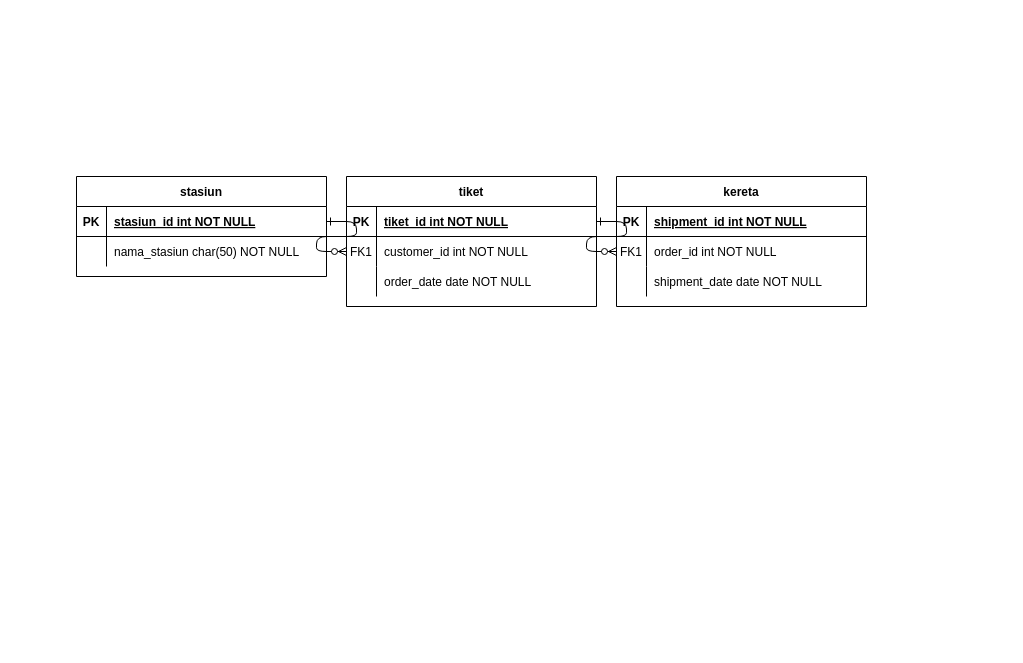
Before: Tugas/ERD_Kereta.drawio in kucingtakucin/Pemrograman-Web, a draw.io diagram. Source tidied: cells renumbered, new cells numbered last; positions are measured from the earlier drawing's top-left corner, leaving out a move shared by most shapes. Both pictures are drawn from the tidied source at 100%, with x=0, y=0 at pixel (76, 176).
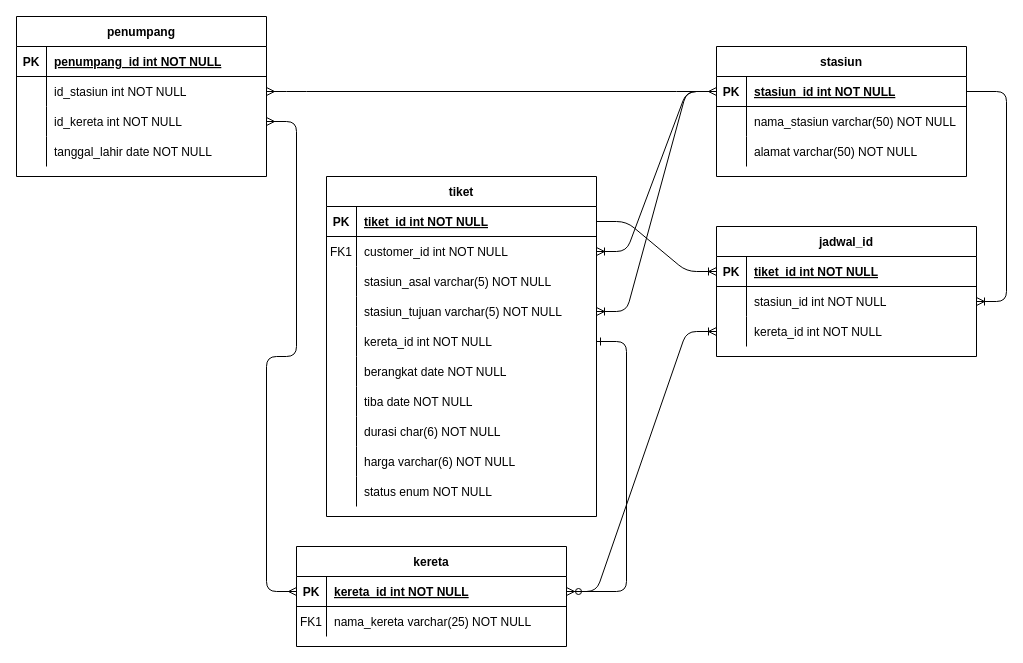
The same diagram, later.

Unchanged cells that the change refers to:
```xml
<mxCell id="25" style="shape=partialRectangle;fillColor=none;points=[[0,0.5],[1,0.5]];portConstraint=eastwest;top=0;left=0;right=0;bottom=1;" parent="24" vertex="1">
  <mxGeometry y="30" width="250" height="30" as="geometry" />
</mxCell>
<mxCell id="28" style="shape=partialRectangle;fillColor=none;top=0;left=0;right=0;bottom=0;" parent="24" vertex="1">
  <mxGeometry y="60" width="250" height="30" as="geometry" />
</mxCell>
```

What changed in the source:
```diff
@@
-    <mxCell id="2" style="edgeStyle=entityRelationEdgeStyle;endArrow=ERzeroToMany;startArrow=ERone;endFill=1;startFill=0;" parent="1" edge="1" source="25" target="8">
-      <mxGeometry relative="1" as="geometry" />
-    </mxCell>
-    <mxCell id="3" style="edgeStyle=entityRelationEdgeStyle;endArrow=ERzeroToMany;startArrow=ERone;endFill=1;startFill=0;" parent="1" edge="1" source="5" target="18">
+    <mxCell id="3" style="edgeStyle=entityRelationEdgeStyle;endArrow=ERzeroToMany;startArrow=ERone;endFill=1;startFill=0;" parent="1" edge="1" source="34" target="15">
       <mxGeometry relative="1" as="geometry" />
     </mxCell>
     <mxCell id="4" value="tiket" style="shape=table;startSize=30;childLayout=tableLayout;rowLines=0;fontStyle=1;align=center;" parent="1" vertex="1">
-      <mxGeometry x="270" width="250" height="130" as="geometry" />
+      <mxGeometry x="250" width="270" height="340" as="geometry" />
     </mxCell>
     <mxCell id="5" style="shape=partialRectangle;fillColor=none;points=[[0,0.5],[1,0.5]];portConstraint=eastwest;top=0;left=0;right=0;bottom=1;" parent="4" vertex="1">
-      <mxGeometry y="30" width="250" height="30" as="geometry" />
+      <mxGeometry y="30" width="270" height="30" as="geometry" />
     </mxCell>
@@
     <mxCell id="7" value="tiket_id int NOT NULL " style="shape=partialRectangle;overflow=hidden;fillColor=none;top=0;left=0;bottom=0;right=0;align=left;spacingLeft=6;fontStyle=5;" parent="5" vertex="1">
-      <mxGeometry x="30" width="220" height="30" as="geometry" />
+      <mxGeometry x="30" width="240" height="30" as="geometry" />
     </mxCell>
     <mxCell id="8" style="shape=partialRectangle;fillColor=none;points=[[0,0.5],[1,0.5]];portConstraint=eastwest;top=0;left=0;right=0;bottom=0;" parent="4" vertex="1">
-      <mxGeometry y="60" width="250" height="30" as="geometry" />
+      <mxGeometry y="60" width="270" height="30" as="geometry" />
     </mxCell>
@@
     <mxCell id="10" value="customer_id int NOT NULL" style="shape=partialRectangle;overflow=hidden;fillColor=none;top=0;left=0;bottom=0;right=0;align=left;spacingLeft=6;" parent="8" vertex="1">
-      <mxGeometry x="30" width="220" height="30" as="geometry" />
+      <mxGeometry x="30" width="240" height="30" as="geometry" />
     </mxCell>
     <mxCell id="11" style="shape=partialRectangle;fillColor=none;top=0;left=0;right=0;bottom=0;" parent="4" vertex="1">
-      <mxGeometry y="90" width="250" height="30" as="geometry" />
+      <mxGeometry y="90" width="270" height="30" as="geometry" />
     </mxCell>
@@
-    <mxCell id="13" value="order_date date NOT NULL" style="shape=partialRectangle;overflow=hidden;fillColor=none;top=0;left=0;bottom=0;right=0;align=left;spacingLeft=6;" parent="11" vertex="1">
-      <mxGeometry x="30" width="220" height="30" as="geometry" />
+    <mxCell id="13" value="stasiun_asal varchar(5) NOT NULL" style="shape=partialRectangle;overflow=hidden;fillColor=none;top=0;left=0;bottom=0;right=0;align=left;spacingLeft=6;" parent="11" vertex="1">
+      <mxGeometry x="30" width="240" height="30" as="geometry" />
     </mxCell>
+    <mxCell id="31" style="shape=partialRectangle;fillColor=none;top=0;left=0;bottom=0;right=0;points=[[0,0.5],[1,0.5]];portConstraint=eastwest;" parent="4" vertex="1">
+      <mxGeometry y="120" width="270" height="30" as="geometry" />
+    </mxCell>
+    <mxCell id="32" style="shape=partialRectangle;fillColor=none;top=0;left=0;bottom=0;right=0;overflow=hidden;" parent="31" vertex="1">
+      <mxGeometry width="30" height="30" as="geometry" />
+    </mxCell>
+    <mxCell id="33" value="stasiun_tujuan varchar(5) NOT NULL" style="shape=partialRectangle;fillColor=none;top=0;left=0;bottom=0;right=0;align=left;spacingLeft=6;overflow=hidden;" parent="31" vertex="1">
+      <mxGeometry x="30" width="240" height="30" as="geometry" />
+    </mxCell>
+    <mxCell id="34" style="shape=partialRectangle;fillColor=none;top=0;left=0;bottom=0;right=0;points=[[0,0.5],[1,0.5]];portConstraint=eastwest;" parent="4" vertex="1">
+      <mxGeometry y="150" width="270" height="30" as="geometry" />
+    </mxCell>
+    <mxCell id="35" style="shape=partialRectangle;fillColor=none;top=0;left=0;bottom=0;right=0;overflow=hidden;" parent="34" vertex="1">
+      <mxGeometry width="30" height="30" as="geometry" />
+    </mxCell>
+    <mxCell id="36" value="kereta_id int NOT NULL" style="shape=partialRectangle;fillColor=none;top=0;left=0;bottom=0;right=0;align=left;spacingLeft=6;overflow=hidden;" parent="34" vertex="1">
+      <mxGeometry x="30" width="240" height="30" as="geometry" />
+    </mxCell>
+    <mxCell id="37" style="shape=partialRectangle;fillColor=none;top=0;left=0;bottom=0;right=0;" parent="4" vertex="1">
+      <mxGeometry y="180" width="270" height="30" as="geometry" />
+    </mxCell>
+    <mxCell id="38" style="shape=partialRectangle;fillColor=none;top=0;left=0;bottom=0;right=0;overflow=hidden;" parent="37" vertex="1">
+      <mxGeometry width="30" height="30" as="geometry" />
+    </mxCell>
+    <mxCell id="39" value="berangkat date NOT NULL" style="shape=partialRectangle;fillColor=none;top=0;left=0;bottom=0;right=0;align=left;spacingLeft=6;overflow=hidden;" parent="37" vertex="1">
+      <mxGeometry x="30" width="240" height="30" as="geometry" />
+    </mxCell>
+    <mxCell id="40" style="shape=partialRectangle;fillColor=none;top=0;left=0;bottom=0;right=0;" parent="4" vertex="1">
+      <mxGeometry y="210" width="270" height="30" as="geometry" />
+    </mxCell>
+    <mxCell id="41" style="shape=partialRectangle;fillColor=none;top=0;left=0;bottom=0;right=0;overflow=hidden;" parent="40" vertex="1">
+      <mxGeometry width="30" height="30" as="geometry" />
+    </mxCell>
+    <mxCell id="42" value="tiba date NOT NULL" style="shape=partialRectangle;fillColor=none;top=0;left=0;bottom=0;right=0;align=left;spacingLeft=6;overflow=hidden;" parent="40" vertex="1">
+      <mxGeometry x="30" width="240" height="30" as="geometry" />
+    </mxCell>
+    <mxCell id="43" style="shape=partialRectangle;fillColor=none;top=0;left=0;bottom=0;right=0;" parent="4" vertex="1">
+      <mxGeometry y="240" width="270" height="30" as="geometry" />
+    </mxCell>
+    <mxCell id="44" style="shape=partialRectangle;fillColor=none;top=0;left=0;bottom=0;right=0;overflow=hidden;" parent="43" vertex="1">
+      <mxGeometry width="30" height="30" as="geometry" />
+    </mxCell>
+    <mxCell id="45" value="durasi char(6) NOT NULL" style="shape=partialRectangle;fillColor=none;top=0;left=0;bottom=0;right=0;align=left;spacingLeft=6;overflow=hidden;" parent="43" vertex="1">
+      <mxGeometry x="30" width="240" height="30" as="geometry" />
+    </mxCell>
+    <mxCell id="46" style="shape=partialRectangle;fillColor=none;top=0;left=0;bottom=0;right=0;" parent="4" vertex="1">
+      <mxGeometry y="270" width="270" height="30" as="geometry" />
+    </mxCell>
+    <mxCell id="47" style="shape=partialRectangle;fillColor=none;top=0;left=0;bottom=0;right=0;overflow=hidden;" parent="46" vertex="1">
+      <mxGeometry width="30" height="30" as="geometry" />
+    </mxCell>
+    <mxCell id="48" value="harga varchar(6) NOT NULL" style="shape=partialRectangle;fillColor=none;top=0;left=0;bottom=0;right=0;align=left;spacingLeft=6;overflow=hidden;" parent="46" vertex="1">
+      <mxGeometry x="30" width="240" height="30" as="geometry" />
+    </mxCell>
+    <mxCell id="49" style="shape=partialRectangle;fillColor=none;top=0;left=0;bottom=0;right=0;" parent="4" vertex="1">
+      <mxGeometry y="300" width="270" height="30" as="geometry" />
+    </mxCell>
+    <mxCell id="50" style="shape=partialRectangle;fillColor=none;top=0;left=0;bottom=0;right=0;overflow=hidden;" parent="49" vertex="1">
+      <mxGeometry width="30" height="30" as="geometry" />
+    </mxCell>
+    <mxCell id="51" value="status enum NOT NULL" style="shape=partialRectangle;fillColor=none;top=0;left=0;bottom=0;right=0;align=left;spacingLeft=6;overflow=hidden;" parent="49" vertex="1">
+      <mxGeometry x="30" width="240" height="30" as="geometry" />
+    </mxCell>
     <mxCell id="14" value="kereta" style="shape=table;startSize=30;childLayout=tableLayout;rowLines=0;fontStyle=1;align=center;" parent="1" vertex="1">
-      <mxGeometry x="540" width="250" height="130" as="geometry" />
+      <mxGeometry x="220" y="370" width="270" height="100" as="geometry" />
     </mxCell>
     <mxCell id="15" style="shape=partialRectangle;fillColor=none;points=[[0,0.5],[1,0.5]];portConstraint=eastwest;top=0;left=0;right=0;bottom=1;" parent="14" vertex="1">
-      <mxGeometry y="30" width="250" height="30" as="geometry" />
+      <mxGeometry y="30" width="270" height="30" as="geometry" />
     </mxCell>
@@
-    <mxCell id="17" value="shipment_id int NOT NULL " style="shape=partialRectangle;overflow=hidden;fillColor=none;top=0;left=0;bottom=0;right=0;align=left;spacingLeft=6;fontStyle=5;" parent="15" vertex="1">
-      <mxGeometry x="30" width="220" height="30" as="geometry" />
+    <mxCell id="17" value="kereta_id int NOT NULL " style="shape=partialRectangle;overflow=hidden;fillColor=none;top=0;left=0;bottom=0;right=0;align=left;spacingLeft=6;fontStyle=5;" parent="15" vertex="1">
+      <mxGeometry x="30" width="240" height="30" as="geometry" />
     </mxCell>
     <mxCell id="18" style="shape=partialRectangle;fillColor=none;points=[[0,0.5],[1,0.5]];portConstraint=eastwest;top=0;left=0;right=0;bottom=0;" parent="14" vertex="1">
-      <mxGeometry y="60" width="250" height="30" as="geometry" />
+      <mxGeometry y="60" width="270" height="30" as="geometry" />
     </mxCell>
@@
-    <mxCell id="20" value="order_id int NOT NULL" style="shape=partialRectangle;overflow=hidden;fillColor=none;top=0;left=0;bottom=0;right=0;align=left;spacingLeft=6;" parent="18" vertex="1">
-      <mxGeometry x="30" width="220" height="30" as="geometry" />
+    <mxCell id="20" value="nama_kereta varchar(25) NOT NULL" style="shape=partialRectangle;overflow=hidden;fillColor=none;top=0;left=0;bottom=0;right=0;align=left;spacingLeft=6;" parent="18" vertex="1">
+      <mxGeometry x="30" width="240" height="30" as="geometry" />
     </mxCell>
-    <mxCell id="21" style="shape=partialRectangle;fillColor=none;top=0;left=0;right=0;bottom=0;" parent="14" vertex="1">
-      <mxGeometry y="90" width="250" height="30" as="geometry" />
-    </mxCell>
-    <mxCell id="22" style="shape=partialRectangle;overflow=hidden;fillColor=none;top=0;left=0;bottom=0;right=0;" parent="21" vertex="1">
-      <mxGeometry width="30" height="30" as="geometry" />
-    </mxCell>
-    <mxCell id="23" value="shipment_date date NOT NULL" style="shape=partialRectangle;overflow=hidden;fillColor=none;top=0;left=0;bottom=0;right=0;align=left;spacingLeft=6;" parent="21" vertex="1">
-      <mxGeometry x="30" width="220" height="30" as="geometry" />
-    </mxCell>
     <mxCell id="24" value="stasiun" style="shape=table;startSize=30;childLayout=tableLayout;rowLines=0;fontStyle=1;align=center;" parent="1" vertex="1">
-      <mxGeometry width="250" height="100" as="geometry" />
+      <mxGeometry x="640" y="-130" width="250" height="130" as="geometry" />
     </mxCell>
@@
-    <mxCell id="30" value="nama_stasiun char(50) NOT NULL" style="shape=partialRectangle;overflow=hidden;fillColor=none;top=0;left=0;bottom=0;right=0;align=left;spacingLeft=6;" parent="28" vertex="1">
+    <mxCell id="30" value="nama_stasiun varchar(50) NOT NULL" style="shape=partialRectangle;overflow=hidden;fillColor=none;top=0;left=0;bottom=0;right=0;align=left;spacingLeft=6;" parent="28" vertex="1">
       <mxGeometry x="30" width="220" height="30" as="geometry" />
     </mxCell>
+    <mxCell id="52" style="shape=partialRectangle;fillColor=none;top=0;left=0;bottom=0;right=0;" parent="24" vertex="1">
+      <mxGeometry y="90" width="250" height="30" as="geometry" />
+    </mxCell>
+    <mxCell id="53" style="shape=partialRectangle;fillColor=none;top=0;left=0;bottom=0;right=0;overflow=hidden;" parent="52" vertex="1">
+      <mxGeometry width="30" height="30" as="geometry" />
+    </mxCell>
+    <mxCell id="54" value="alamat varchar(50) NOT NULL" style="shape=partialRectangle;fillColor=none;top=0;left=0;bottom=0;right=0;align=left;spacingLeft=6;overflow=hidden;" parent="52" vertex="1">
+      <mxGeometry x="30" width="220" height="30" as="geometry" />
+    </mxCell>
+    <mxCell id="55" value="penumpang" style="shape=table;startSize=30;childLayout=tableLayout;rowLines=0;fontStyle=1;align=center;" parent="1" vertex="1">
+      <mxGeometry x="-60" y="-160" width="250" height="160" as="geometry" />
+    </mxCell>
+    <mxCell id="56" style="shape=partialRectangle;fillColor=none;top=0;left=0;bottom=1;right=0;" parent="55" vertex="1">
+      <mxGeometry y="30" width="250" height="30" as="geometry" />
+    </mxCell>
+    <mxCell id="57" value="PK" style="shape=partialRectangle;fillColor=none;top=0;left=0;bottom=0;right=0;fontStyle=1;overflow=hidden;" parent="56" vertex="1">
+      <mxGeometry width="30" height="30" as="geometry" />
+    </mxCell>
+    <mxCell id="58" value="penumpang_id int NOT NULL" style="shape=partialRectangle;fillColor=none;top=0;left=0;bottom=0;right=0;align=left;spacingLeft=6;fontStyle=5;overflow=hidden;" parent="56" vertex="1">
+      <mxGeometry x="30" width="220" height="30" as="geometry" />
+    </mxCell>
+    <mxCell id="59" style="shape=partialRectangle;fillColor=none;top=0;left=0;bottom=0;right=0;points=[[0,0.5],[1,0.5]];portConstraint=eastwest;" parent="55" vertex="1">
+      <mxGeometry y="60" width="250" height="30" as="geometry" />
+    </mxCell>
+    <mxCell id="60" style="shape=partialRectangle;fillColor=none;top=0;left=0;bottom=0;right=0;overflow=hidden;" parent="59" vertex="1">
+      <mxGeometry width="30" height="30" as="geometry" />
+    </mxCell>
+    <mxCell id="61" value="id_stasiun int NOT NULL" style="shape=partialRectangle;fillColor=none;top=0;left=0;bottom=0;right=0;align=left;spacingLeft=6;overflow=hidden;" parent="59" vertex="1">
+      <mxGeometry x="30" width="220" height="30" as="geometry" />
+    </mxCell>
+    <mxCell id="62" style="shape=partialRectangle;fillColor=none;top=0;left=0;bottom=0;right=0;points=[[0,0.5],[1,0.5]];portConstraint=eastwest;" parent="55" vertex="1">
+      <mxGeometry y="90" width="250" height="30" as="geometry" />
+    </mxCell>
+    <mxCell id="63" style="shape=partialRectangle;fillColor=none;top=0;left=0;bottom=0;right=0;overflow=hidden;" parent="62" vertex="1">
+      <mxGeometry width="30" height="30" as="geometry" />
+    </mxCell>
+    <mxCell id="64" value="id_kereta int NOT NULL" style="shape=partialRectangle;fillColor=none;top=0;left=0;bottom=0;right=0;align=left;spacingLeft=6;overflow=hidden;" parent="62" vertex="1">
+      <mxGeometry x="30" width="220" height="30" as="geometry" />
+    </mxCell>
+    <mxCell id="65" style="shape=partialRectangle;fillColor=none;top=0;left=0;bottom=0;right=0;" parent="55" vertex="1">
+      <mxGeometry y="120" width="250" height="30" as="geometry" />
+    </mxCell>
+    <mxCell id="66" style="shape=partialRectangle;fillColor=none;top=0;left=0;bottom=0;right=0;overflow=hidden;" parent="65" vertex="1">
+      <mxGeometry width="30" height="30" as="geometry" />
+    </mxCell>
+    <mxCell id="67" value="tanggal_lahir date NOT NULL" style="shape=partialRectangle;fillColor=none;top=0;left=0;bottom=0;right=0;align=left;spacingLeft=6;overflow=hidden;" parent="65" vertex="1">
+      <mxGeometry x="30" width="220" height="30" as="geometry" />
+    </mxCell>
+    <mxCell id="68" style="edgeStyle=entityRelationEdgeStyle;fontSize=12;html=1;endArrow=ERoneToMany;" parent="1" edge="1" source="25" target="31">
+      <mxGeometry relative="1" as="geometry" />
+    </mxCell>
+    <mxCell id="2" style="edgeStyle=entityRelationEdgeStyle;fontSize=12;html=1;endArrow=ERoneToMany;" parent="1" edge="1" source="25" target="8">
+      <mxGeometry relative="1" as="geometry" />
+    </mxCell>
+    <mxCell id="69" style="edgeStyle=entityRelationEdgeStyle;fontSize=12;html=1;endArrow=ERmany;startArrow=ERmany;" parent="1" edge="1" source="59" target="25">
+      <mxGeometry relative="1" as="geometry" />
+    </mxCell>
+    <mxCell id="70" style="edgeStyle=entityRelationEdgeStyle;fontSize=12;html=1;endArrow=ERmany;startArrow=ERmany;" parent="1" edge="1" source="62" target="15">
+      <mxGeometry relative="1" as="geometry" />
+    </mxCell>
+    <mxCell id="71" value="jadwal_id" style="shape=table;startSize=30;childLayout=tableLayout;rowLines=0;fontStyle=1;align=center;" parent="1" vertex="1">
+      <mxGeometry x="640" y="50" width="260" height="130" as="geometry" />
+    </mxCell>
+    <mxCell id="72" style="shape=partialRectangle;fillColor=none;top=0;left=0;bottom=1;right=0;points=[[0,0.5],[1,0.5]];portConstraint=eastwest;" parent="71" vertex="1">
+      <mxGeometry y="30" width="260" height="30" as="geometry" />
+    </mxCell>
+    <mxCell id="73" value="PK" style="shape=partialRectangle;fillColor=none;top=0;left=0;bottom=0;right=0;fontStyle=1;overflow=hidden;" parent="72" vertex="1">
+      <mxGeometry width="30" height="30" as="geometry" />
+    </mxCell>
+    <mxCell id="74" value="tiket_id int NOT NULL" style="shape=partialRectangle;fillColor=none;top=0;left=0;bottom=0;right=0;align=left;spacingLeft=6;fontStyle=5;overflow=hidden;" parent="72" vertex="1">
+      <mxGeometry x="30" width="230" height="30" as="geometry" />
+    </mxCell>
+    <mxCell id="75" style="shape=partialRectangle;fillColor=none;top=0;left=0;bottom=0;right=0;points=[[0,0.5],[1,0.5]];portConstraint=eastwest;" parent="71" vertex="1">
+      <mxGeometry y="60" width="260" height="30" as="geometry" />
+    </mxCell>
+    <mxCell id="76" style="shape=partialRectangle;fillColor=none;top=0;left=0;bottom=0;right=0;overflow=hidden;" parent="75" vertex="1">
+      <mxGeometry width="30" height="30" as="geometry" />
+    </mxCell>
+    <mxCell id="77" value="stasiun_id int NOT NULL" style="shape=partialRectangle;fillColor=none;top=0;left=0;bottom=0;right=0;align=left;spacingLeft=6;overflow=hidden;" parent="75" vertex="1">
+      <mxGeometry x="30" width="230" height="30" as="geometry" />
+    </mxCell>
+    <mxCell id="78" style="shape=partialRectangle;fillColor=none;top=0;left=0;bottom=0;right=0;points=[[0,0.5],[1,0.5]];portConstraint=eastwest;" parent="71" vertex="1">
+      <mxGeometry y="90" width="260" height="30" as="geometry" />
+    </mxCell>
+    <mxCell id="79" style="shape=partialRectangle;fillColor=none;top=0;left=0;bottom=0;right=0;overflow=hidden;" parent="78" vertex="1">
+      <mxGeometry width="30" height="30" as="geometry" />
+    </mxCell>
+    <mxCell id="80" value="kereta_id int NOT NULL" style="shape=partialRectangle;fillColor=none;top=0;left=0;bottom=0;right=0;align=left;spacingLeft=6;overflow=hidden;" parent="78" vertex="1">
+      <mxGeometry x="30" width="230" height="30" as="geometry" />
+    </mxCell>
+    <mxCell id="81" style="edgeStyle=entityRelationEdgeStyle;fontSize=12;html=1;endArrow=ERoneToMany;" parent="1" edge="1" source="5" target="72">
+      <mxGeometry relative="1" as="geometry" />
+    </mxCell>
+    <mxCell id="82" style="edgeStyle=entityRelationEdgeStyle;fontSize=12;html=1;endArrow=ERoneToMany;" parent="1" edge="1" source="25" target="75">
+      <mxGeometry relative="1" as="geometry" />
+    </mxCell>
+    <mxCell id="83" style="edgeStyle=entityRelationEdgeStyle;fontSize=12;html=1;endArrow=ERoneToMany;" parent="1" edge="1" source="15" target="78">
+      <mxGeometry relative="1" as="geometry" />
+    </mxCell>
```
